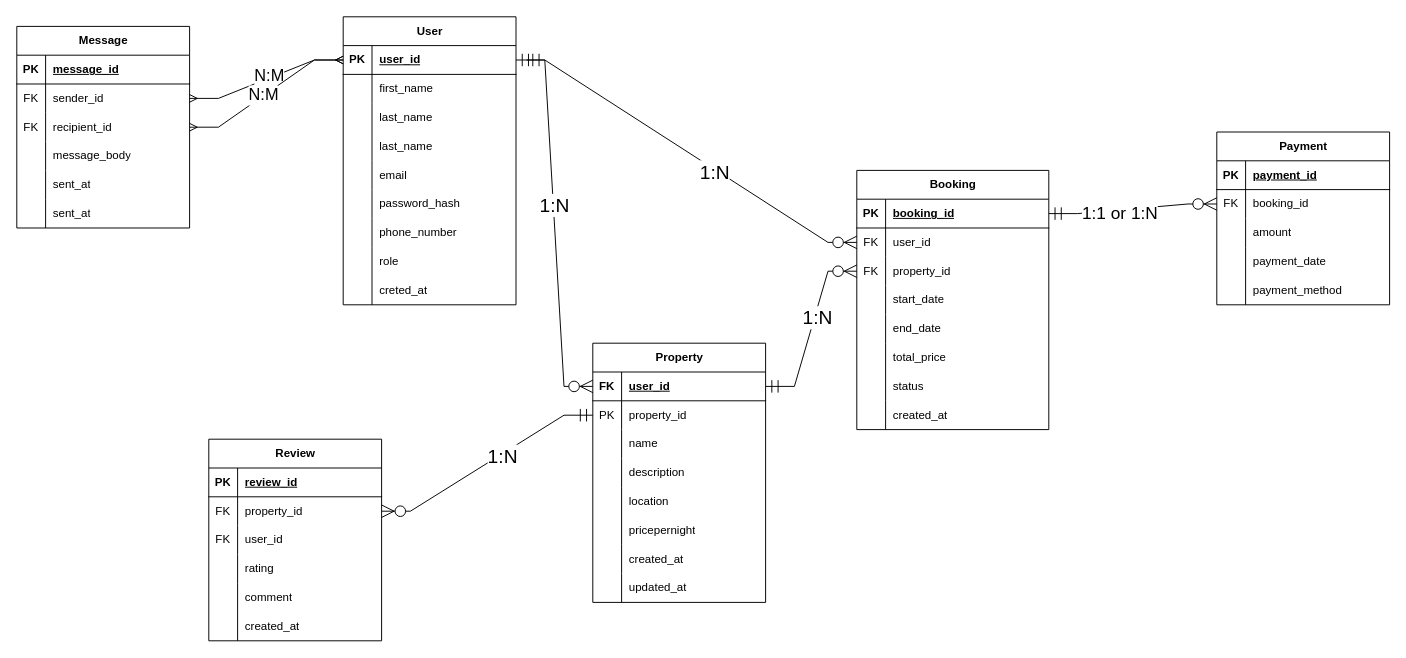
Before: ERDALX.drawio in snipher-marube/airbnb-clone-project, a draw.io diagram. Source tidied: cells renumbered, new cells numbered last; positions are measured from the earlier drawing's top-left corner, leaving out a move shared by most shapes. Both pictures are drawn from the tidied source at 96%, with x=0, y=0 at pixel (16, 16).
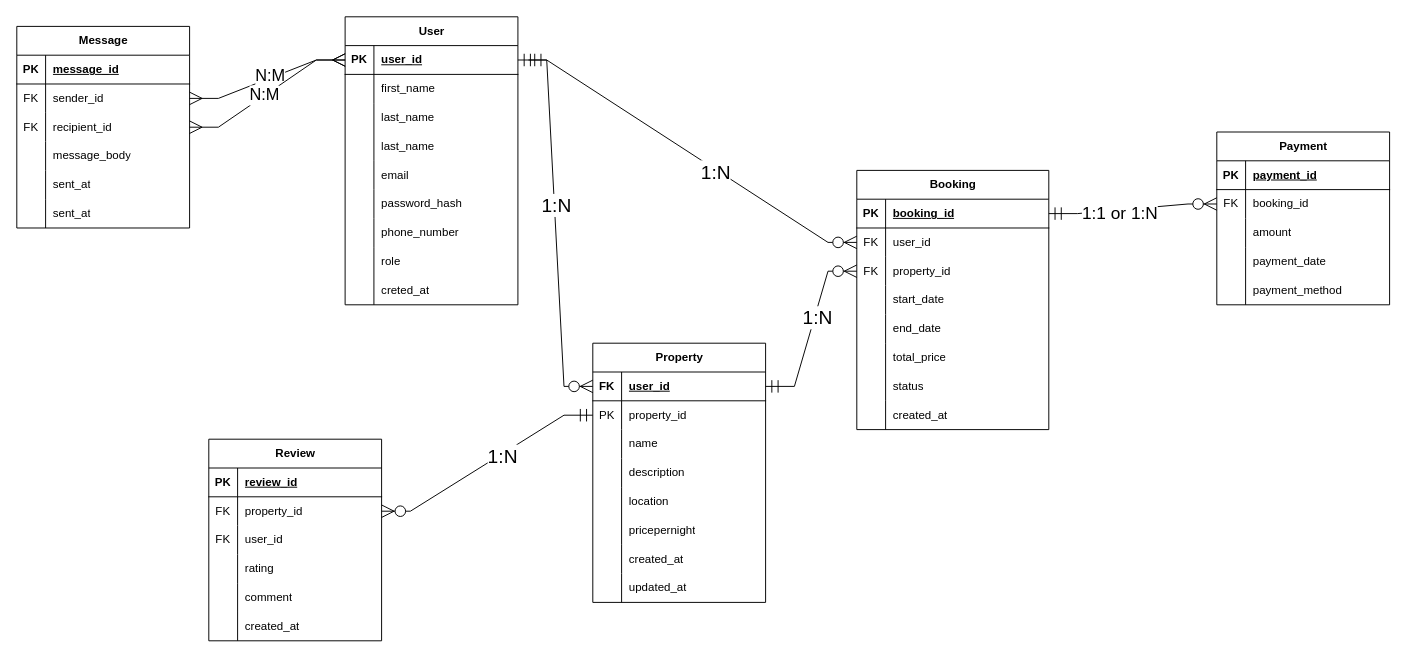
Above is the later version.

Unchanged cells that the change refers to:
```xml
<mxCell id="3" style="shape=tableRow;horizontal=0;startSize=0;swimlaneHead=0;swimlaneBody=0;fillColor=none;points=[[0,0.5],[1,0.5]];portConstraint=eastwest;top=0;left=0;right=0;bottom=1;" parent="2" vertex="1">
  <mxGeometry y="30" width="180" height="30" as="geometry" />
</mxCell>
<mxCell id="94" style="shape=tableRow;horizontal=0;startSize=0;swimlaneHead=0;swimlaneBody=0;fillColor=none;points=[[0,0.5],[1,0.5]];portConstraint=eastwest;top=0;left=0;right=0;bottom=0;" parent="90" vertex="1">
  <mxGeometry y="60" width="180" height="30" as="geometry" />
</mxCell>
<mxCell id="97" style="shape=tableRow;horizontal=0;startSize=0;swimlaneHead=0;swimlaneBody=0;fillColor=none;points=[[0,0.5],[1,0.5]];portConstraint=eastwest;top=0;left=0;right=0;bottom=0;" parent="90" vertex="1">
  <mxGeometry y="90" width="180" height="30" as="geometry" />
</mxCell>
```

What changed in the source:
```diff
@@
     <mxCell id="2" value="User" style="shape=table;startSize=30;childLayout=tableLayout;rowLines=0;fontStyle=1;align=center;html=1;" parent="1" vertex="1">
-      <mxGeometry x="340" width="180" height="300" as="geometry" />
+      <mxGeometry x="342" width="180" height="300" as="geometry" />
     </mxCell>
@@
-    <mxCell id="144" style="edgeStyle=entityRelationEdgeStyle;fontSize=12;html=1;endArrow=ERmany;startArrow=ERmany;rounded=0;entryX=0;entryY=0.5;entryDx=0;entryDy=0;exitX=1;exitY=0.5;exitDx=0;exitDy=0;" parent="1" edge="1" source="94" target="3">
+    <mxCell id="144" style="edgeStyle=entityRelationEdgeStyle;fontSize=12;html=1;endArrow=ERmany;startArrow=ERmany;rounded=0;entryX=0;entryY=0.5;entryDx=0;entryDy=0;exitX=1;exitY=0.5;exitDx=0;exitDy=0;endSize=11;startSize=11;targetPerimeterSpacing=11;sourcePerimeterSpacing=11;" parent="1" edge="1" source="94" target="3">
       <mxGeometry relative="1" as="geometry" />
     </mxCell>
@@
-    <mxCell id="146" style="edgeStyle=entityRelationEdgeStyle;fontSize=12;html=1;endArrow=ERmany;startArrow=ERmany;rounded=0;" parent="1" edge="1" source="97" target="3">
-      <mxGeometry relative="1" as="geometry" />
+    <mxCell id="146" style="edgeStyle=entityRelationEdgeStyle;fontSize=12;html=1;endArrow=ERmany;startArrow=ERmany;rounded=0;endSize=11;startSize=11;targetPerimeterSpacing=11;sourcePerimeterSpacing=11;exitX=1;exitY=0.5;exitDx=0;exitDy=0;entryX=0;entryY=0.5;entryDx=0;entryDy=0;" parent="1" edge="1" source="97" target="3">
+      <mxGeometry relative="1" as="geometry">
+        <Array as="points">
+          <mxPoint x="170" y="165" />
+        </Array>
+      </mxGeometry>
     </mxCell>
```
